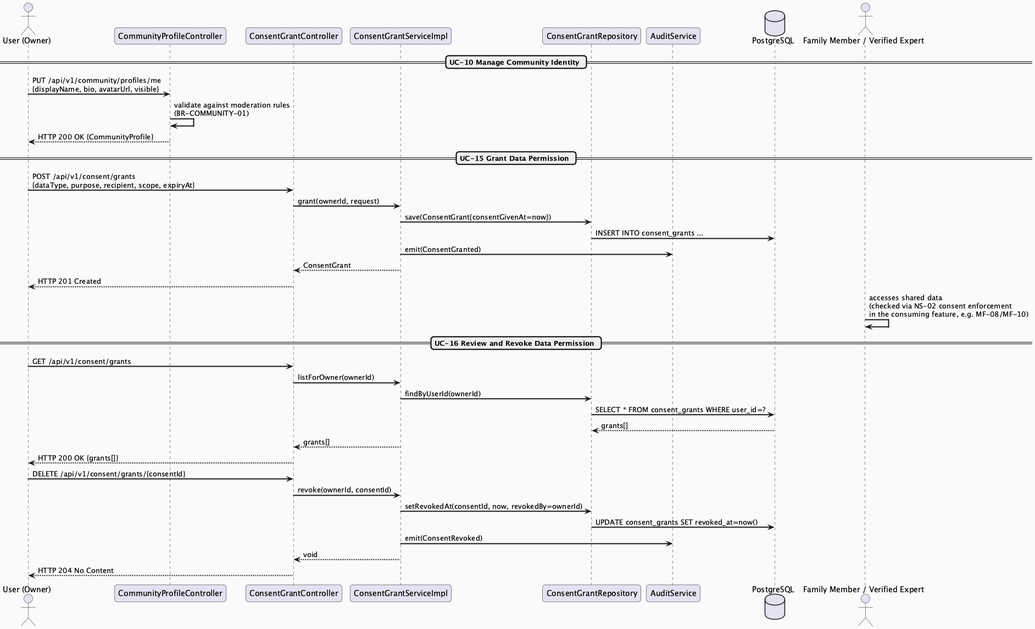
Earlier version of the PlantUML export docs/Detailed_Design/MF01_Account_Trust_AccesControl/images/MF01_02_ConsentIdentity_SequenceDiagram.png (ChuongBDHE172784/CareBridge_SEP490_G79). Its diagram source:
```plantuml
@startuml MF01_02_ConsentIdentity_SequenceDiagram
skinparam sequenceArrowThickness 2
skinparam roundcorner 10
skinparam backgroundColor #FAFAFA

actor "User (Owner)" as Owner
participant "CommunityProfileController" as CPController
participant "ConsentGrantController" as CGController
participant "ConsentGrantServiceImpl" as Service
participant "ConsentGrantRepository" as Repo
participant "AuditService" as Audit
database "PostgreSQL" as DB
actor "Family Member / Verified Expert" as Recipient

== UC-10 Manage Community Identity ==
Owner -> CPController : PUT /api/v1/community/profiles/me\n{displayName, bio, avatarUrl, visible}
CPController -> CPController : validate against moderation rules\n(BR-COMMUNITY-01)
CPController --> Owner : HTTP 200 OK {CommunityProfile}

== UC-15 Grant Data Permission ==
Owner -> CGController : POST /api/v1/consent/grants\n{dataType, purpose, recipient, scope, expiryAt}
CGController -> Service : grant(ownerId, request)
Service -> Repo : save(ConsentGrant{consentGivenAt=now})
Repo -> DB : INSERT INTO consent_grants ...
Service -> Audit : emit(ConsentGranted)
Service --> CGController : ConsentGrant
CGController --> Owner : HTTP 201 Created

Recipient -> Recipient : accesses shared data\n(checked via NS-02 consent enforcement\nin the consuming feature, e.g. MF-08/MF-10)

== UC-16 Review and Revoke Data Permission ==
Owner -> CGController : GET /api/v1/consent/grants
CGController -> Service : listForOwner(ownerId)
Service -> Repo : findByUserId(ownerId)
Repo -> DB : SELECT * FROM consent_grants WHERE user_id=?
DB --> Repo : grants[]
Service --> CGController : grants[]
CGController --> Owner : HTTP 200 OK {grants[]}

Owner -> CGController : DELETE /api/v1/consent/grants/{consentId}
CGController -> Service : revoke(ownerId, consentId)
Service -> Repo : setRevokedAt(consentId, now, revokedBy=ownerId)
Repo -> DB : UPDATE consent_grants SET revoked_at=now()
Service -> Audit : emit(ConsentRevoked)
Service --> CGController : void
CGController --> Owner : HTTP 204 No Content

@enduml
```
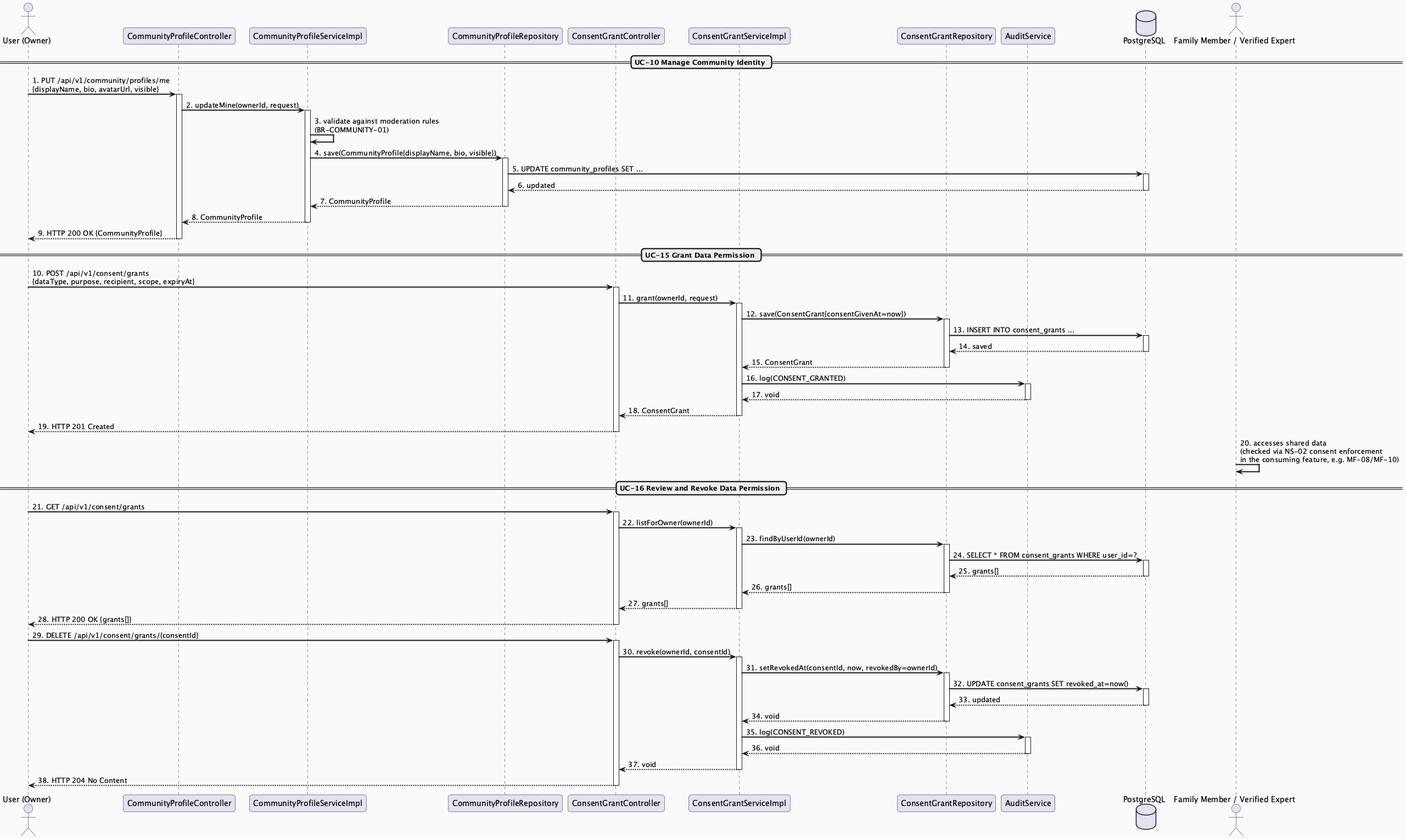
The same file after the commit.

What changed in the source:
```diff
@@ -5,6 +5,8 @@
 
 actor "User (Owner)" as Owner
 participant "CommunityProfileController" as CPController
+participant "CommunityProfileServiceImpl" as CPService
+participant "CommunityProfileRepository" as CPRepo
 participant "ConsentGrantController" as CGController
 participant "ConsentGrantServiceImpl" as Service
 participant "ConsentGrantRepository" as Repo
@@ -13,36 +15,85 @@
 actor "Family Member / Verified Expert" as Recipient
 
 == UC-10 Manage Community Identity ==
-Owner -> CPController : PUT /api/v1/community/profiles/me\n{displayName, bio, avatarUrl, visible}
-CPController -> CPController : validate against moderation rules\n(BR-COMMUNITY-01)
-CPController --> Owner : HTTP 200 OK {CommunityProfile}
+Owner -> CPController : 1. PUT /api/v1/community/profiles/me\n{displayName, bio, avatarUrl, visible}
+activate CPController
+CPController -> CPService : 2. updateMine(ownerId, request)
+activate CPService
+CPService -> CPService : 3. validate against moderation rules\n(BR-COMMUNITY-01)
+CPService -> CPRepo : 4. save(CommunityProfile{displayName, bio, visible})
+activate CPRepo
+CPRepo -> DB : 5. UPDATE community_profiles SET ...
+activate DB
+DB --> CPRepo : 6. updated
+deactivate DB
+CPRepo --> CPService : 7. CommunityProfile
+deactivate CPRepo
+CPService --> CPController : 8. CommunityProfile
+deactivate CPService
+CPController --> Owner : 9. HTTP 200 OK {CommunityProfile}
+deactivate CPController
 
 == UC-15 Grant Data Permission ==
-Owner -> CGController : POST /api/v1/consent/grants\n{dataType, purpose, recipient, scope, expiryAt}
-CGController -> Service : grant(ownerId, request)
-Service -> Repo : save(ConsentGrant{consentGivenAt=now})
-Repo -> DB : INSERT INTO consent_grants ...
-Service -> Audit : emit(ConsentGranted)
-Service --> CGController : ConsentGrant
-CGController --> Owner : HTTP 201 Created
+Owner -> CGController : 10. POST /api/v1/consent/grants\n{dataType, purpose, recipient, scope, expiryAt}
+activate CGController
+CGController -> Service : 11. grant(ownerId, request)
+activate Service
+Service -> Repo : 12. save(ConsentGrant{consentGivenAt=now})
+activate Repo
+Repo -> DB : 13. INSERT INTO consent_grants ...
+activate DB
+DB --> Repo : 14. saved
+deactivate DB
+Repo --> Service : 15. ConsentGrant
+deactivate Repo
+Service -> Audit : 16. log(CONSENT_GRANTED)
+activate Audit
+Audit --> Service : 17. void
+deactivate Audit
+Service --> CGController : 18. ConsentGrant
+deactivate Service
+CGController --> Owner : 19. HTTP 201 Created
+deactivate CGController
 
-Recipient -> Recipient : accesses shared data\n(checked via NS-02 consent enforcement\nin the consuming feature, e.g. MF-08/MF-10)
+Recipient -> Recipient : 20. accesses shared data\n(checked via NS-02 consent enforcement\nin the consuming feature, e.g. MF-08/MF-10)
 
 == UC-16 Review and Revoke Data Permission ==
-Owner -> CGController : GET /api/v1/consent/grants
-CGController -> Service : listForOwner(ownerId)
-Service -> Repo : findByUserId(ownerId)
-Repo -> DB : SELECT * FROM consent_grants WHERE user_id=?
-DB --> Repo : grants[]
-Service --> CGController : grants[]
-CGController --> Owner : HTTP 200 OK {grants[]}
+Owner -> CGController : 21. GET /api/v1/consent/grants
+activate CGController
+CGController -> Service : 22. listForOwner(ownerId)
+activate Service
+Service -> Repo : 23. findByUserId(ownerId)
+activate Repo
+Repo -> DB : 24. SELECT * FROM consent_grants WHERE user_id=?
+activate DB
+DB --> Repo : 25. grants[]
+deactivate DB
+Repo --> Service : 26. grants[]
+deactivate Repo
+Service --> CGController : 27. grants[]
+deactivate Service
+CGController --> Owner : 28. HTTP 200 OK {grants[]}
+deactivate CGController
 
-Owner -> CGController : DELETE /api/v1/consent/grants/{consentId}
-CGController -> Service : revoke(ownerId, consentId)
-Service -> Repo : setRevokedAt(consentId, now, revokedBy=ownerId)
-Repo -> DB : UPDATE consent_grants SET revoked_at=now()
-Service -> Audit : emit(ConsentRevoked)
-Service --> CGController : void
-CGController --> Owner : HTTP 204 No Content
+Owner -> CGController : 29. DELETE /api/v1/consent/grants/{consentId}
+activate CGController
+CGController -> Service : 30. revoke(ownerId, consentId)
+activate Service
+Service -> Repo : 31. setRevokedAt(consentId, now, revokedBy=ownerId)
+activate Repo
+Repo -> DB : 32. UPDATE consent_grants SET revoked_at=now()
+activate DB
+DB --> Repo : 33. updated
+deactivate DB
+Repo --> Service : 34. void
+deactivate Repo
+Service -> Audit : 35. log(CONSENT_REVOKED)
+activate Audit
+Audit --> Service : 36. void
+deactivate Audit
+Service --> CGController : 37. void
+deactivate Service
+CGController --> Owner : 38. HTTP 204 No Content
+deactivate CGController
 
 @enduml
```
